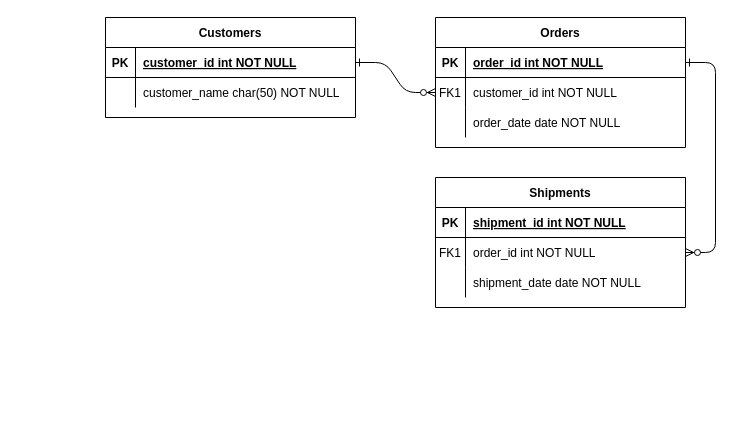
Before: support-scaff/er-diagrams/Untitled Diagram.drawio in janaka4345/fashion-ecommerce, a draw.io diagram. Source tidied: cells renumbered, new cells numbered last; positions are measured from the earlier drawing's top-left corner, leaving out a move shared by most shapes. Both pictures are drawn from the tidied source at 100%, with x=0, y=0 at pixel (105, 17).
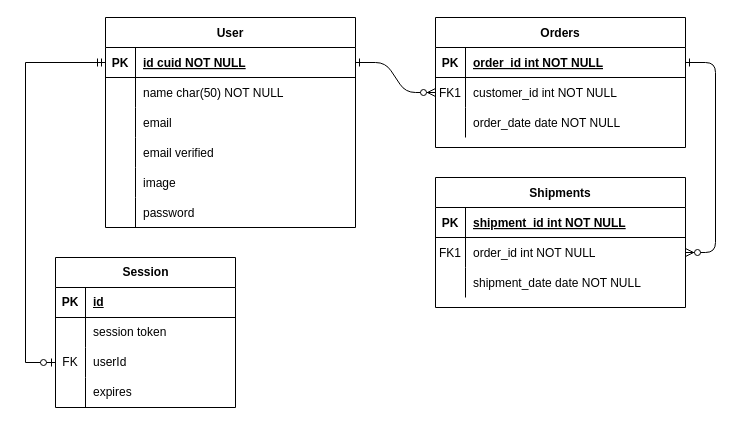
Above is the later version.

The change refers to these unchanged cells:
```xml
<mxCell id="25" style="shape=partialRectangle;fillColor=none;points=[[0,0.5],[1,0.5]];portConstraint=eastwest;top=0;left=0;right=0;bottom=1;" parent="24" vertex="1">
  <mxGeometry y="30" width="250" height="30" as="geometry" />
</mxCell>
<mxCell id="28" style="shape=partialRectangle;fillColor=none;top=0;left=0;right=0;bottom=0;" parent="24" vertex="1">
  <mxGeometry y="60" width="250" height="30" as="geometry" />
</mxCell>
```

Change to the diagram source:
```diff
@@
-    <mxCell id="24" value="Customers" style="shape=table;startSize=30;childLayout=tableLayout;rowLines=0;fontStyle=1;align=center;" parent="1" vertex="1">
-      <mxGeometry width="250" height="100" as="geometry" />
+    <mxCell id="24" value="User" style="shape=table;startSize=30;childLayout=tableLayout;rowLines=0;fontStyle=1;align=center;" parent="1" vertex="1">
+      <mxGeometry width="250" height="210" as="geometry" />
     </mxCell>
@@
-    <mxCell id="27" value="customer_id int NOT NULL " style="shape=partialRectangle;overflow=hidden;fillColor=none;top=0;left=0;bottom=0;right=0;align=left;spacingLeft=6;fontStyle=5;" parent="25" vertex="1">
+    <mxCell id="27" value="id cuid NOT NULL " style="shape=partialRectangle;overflow=hidden;fillColor=none;top=0;left=0;bottom=0;right=0;align=left;spacingLeft=6;fontStyle=5;" parent="25" vertex="1">
       <mxGeometry x="30" width="220" height="30" as="geometry" />
     </mxCell>
@@
-    <mxCell id="30" value="customer_name char(50) NOT NULL" style="shape=partialRectangle;overflow=hidden;fillColor=none;top=0;left=0;bottom=0;right=0;align=left;spacingLeft=6;" parent="28" vertex="1">
+    <mxCell id="30" value="name char(50) NOT NULL" style="shape=partialRectangle;overflow=hidden;fillColor=none;top=0;left=0;bottom=0;right=0;align=left;spacingLeft=6;" parent="28" vertex="1">
       <mxGeometry x="30" width="220" height="30" as="geometry" />
     </mxCell>
+    <mxCell id="31" style="shape=partialRectangle;fillColor=none;top=0;left=0;right=0;bottom=0;" parent="24" vertex="1">
+      <mxGeometry y="90" width="250" height="30" as="geometry" />
+    </mxCell>
+    <mxCell id="32" style="shape=partialRectangle;overflow=hidden;fillColor=none;top=0;left=0;bottom=0;right=0;" parent="31" vertex="1">
+      <mxGeometry width="30" height="30" as="geometry" />
+    </mxCell>
+    <mxCell id="33" value="email" style="shape=partialRectangle;overflow=hidden;fillColor=none;top=0;left=0;bottom=0;right=0;align=left;spacingLeft=6;" parent="31" vertex="1">
+      <mxGeometry x="30" width="220" height="30" as="geometry" />
+    </mxCell>
+    <mxCell id="34" style="shape=partialRectangle;fillColor=none;top=0;left=0;right=0;bottom=0;" parent="24" vertex="1">
+      <mxGeometry y="120" width="250" height="30" as="geometry" />
+    </mxCell>
+    <mxCell id="35" style="shape=partialRectangle;overflow=hidden;fillColor=none;top=0;left=0;bottom=0;right=0;" parent="34" vertex="1">
+      <mxGeometry width="30" height="30" as="geometry" />
+    </mxCell>
+    <mxCell id="36" value="email verified " style="shape=partialRectangle;overflow=hidden;fillColor=none;top=0;left=0;bottom=0;right=0;align=left;spacingLeft=6;" parent="34" vertex="1">
+      <mxGeometry x="30" width="220" height="30" as="geometry" />
+    </mxCell>
+    <mxCell id="37" style="shape=partialRectangle;fillColor=none;top=0;left=0;right=0;bottom=0;" parent="24" vertex="1">
+      <mxGeometry y="150" width="250" height="30" as="geometry" />
+    </mxCell>
+    <mxCell id="38" style="shape=partialRectangle;overflow=hidden;fillColor=none;top=0;left=0;bottom=0;right=0;" parent="37" vertex="1">
+      <mxGeometry width="30" height="30" as="geometry" />
+    </mxCell>
+    <mxCell id="39" value="image" style="shape=partialRectangle;overflow=hidden;fillColor=none;top=0;left=0;bottom=0;right=0;align=left;spacingLeft=6;" parent="37" vertex="1">
+      <mxGeometry x="30" width="220" height="30" as="geometry" />
+    </mxCell>
+    <mxCell id="40" style="shape=partialRectangle;fillColor=none;top=0;left=0;right=0;bottom=0;" parent="24" vertex="1">
+      <mxGeometry y="180" width="250" height="30" as="geometry" />
+    </mxCell>
+    <mxCell id="41" style="shape=partialRectangle;overflow=hidden;fillColor=none;top=0;left=0;bottom=0;right=0;" parent="40" vertex="1">
+      <mxGeometry width="30" height="30" as="geometry" />
+    </mxCell>
+    <mxCell id="42" value="password" style="shape=partialRectangle;overflow=hidden;fillColor=none;top=0;left=0;bottom=0;right=0;align=left;spacingLeft=6;" parent="40" vertex="1">
+      <mxGeometry x="30" width="220" height="30" as="geometry" />
+    </mxCell>
+    <mxCell id="43" value="Session" style="shape=table;startSize=30;childLayout=tableLayout;rowLines=0;fontStyle=1;align=center;html=1;" parent="1" vertex="1">
+      <mxGeometry x="-50" y="240" width="180" height="150" as="geometry" />
+    </mxCell>
+    <mxCell id="44" style="shape=tableRow;horizontal=0;startSize=0;swimlaneHead=0;swimlaneBody=0;fillColor=none;top=0;left=0;right=0;bottom=1;" parent="43" vertex="1">
+      <mxGeometry y="30" width="180" height="30" as="geometry" />
+    </mxCell>
+    <mxCell id="45" value="PK" style="shape=partialRectangle;fillColor=none;top=0;left=0;bottom=0;right=0;fontStyle=1;overflow=hidden;whiteSpace=wrap;html=1;" parent="44" vertex="1">
+      <mxGeometry width="30" height="30" as="geometry" />
+    </mxCell>
+    <mxCell id="46" value="id" style="shape=partialRectangle;fillColor=none;top=0;left=0;bottom=0;right=0;align=left;spacingLeft=6;fontStyle=5;overflow=hidden;whiteSpace=wrap;html=1;" parent="44" vertex="1">
+      <mxGeometry x="30" width="150" height="30" as="geometry" />
+    </mxCell>
+    <mxCell id="47" style="shape=tableRow;horizontal=0;startSize=0;swimlaneHead=0;swimlaneBody=0;fillColor=none;top=0;left=0;right=0;bottom=0;" parent="43" vertex="1">
+      <mxGeometry y="60" width="180" height="30" as="geometry" />
+    </mxCell>
+    <mxCell id="48" style="shape=partialRectangle;fillColor=none;top=0;left=0;bottom=0;right=0;overflow=hidden;whiteSpace=wrap;html=1;" parent="47" vertex="1">
+      <mxGeometry width="30" height="30" as="geometry" />
+    </mxCell>
+    <mxCell id="49" value="session token" style="shape=partialRectangle;fillColor=none;top=0;left=0;bottom=0;right=0;align=left;spacingLeft=6;overflow=hidden;whiteSpace=wrap;html=1;" parent="47" vertex="1">
+      <mxGeometry x="30" width="150" height="30" as="geometry" />
+    </mxCell>
+    <mxCell id="50" style="shape=tableRow;horizontal=0;startSize=0;swimlaneHead=0;swimlaneBody=0;fillColor=none;points=[[0,0.5],[1,0.5]];portConstraint=eastwest;top=0;left=0;right=0;bottom=0;" parent="43" vertex="1">
+      <mxGeometry y="90" width="180" height="30" as="geometry" />
+    </mxCell>
+    <mxCell id="51" value="FK" style="shape=partialRectangle;fillColor=none;top=0;left=0;bottom=0;right=0;overflow=hidden;whiteSpace=wrap;html=1;" parent="50" vertex="1">
+      <mxGeometry width="30" height="30" as="geometry" />
+    </mxCell>
+    <mxCell id="52" value="userId" style="shape=partialRectangle;fillColor=none;top=0;left=0;bottom=0;right=0;align=left;spacingLeft=6;overflow=hidden;whiteSpace=wrap;html=1;" parent="50" vertex="1">
+      <mxGeometry x="30" width="150" height="30" as="geometry" />
+    </mxCell>
+    <mxCell id="53" style="shape=tableRow;horizontal=0;startSize=0;swimlaneHead=0;swimlaneBody=0;fillColor=none;top=0;left=0;right=0;bottom=0;" parent="43" vertex="1">
+      <mxGeometry y="120" width="180" height="30" as="geometry" />
+    </mxCell>
+    <mxCell id="54" style="shape=partialRectangle;fillColor=none;top=0;left=0;bottom=0;right=0;overflow=hidden;whiteSpace=wrap;html=1;" parent="53" vertex="1">
+      <mxGeometry width="30" height="30" as="geometry" />
+    </mxCell>
+    <mxCell id="55" value="expires" style="shape=partialRectangle;fillColor=none;top=0;left=0;bottom=0;right=0;align=left;spacingLeft=6;overflow=hidden;whiteSpace=wrap;html=1;" parent="53" vertex="1">
+      <mxGeometry x="30" width="150" height="30" as="geometry" />
+    </mxCell>
+    <mxCell id="56" style="edgeStyle=orthogonalEdgeStyle;fontSize=12;html=1;endArrow=ERzeroToOne;startArrow=ERmandOne;rounded=0;entryX=0;entryY=0.5;entryDx=0;entryDy=0;exitX=0;exitY=0.5;exitDx=0;exitDy=0;" parent="1" edge="1" source="25" target="50">
+      <mxGeometry relative="1" as="geometry">
+        <Array as="points">
+          <mxPoint x="-80" y="45" />
+          <mxPoint x="-80" y="345" />
+        </Array>
+      </mxGeometry>
+    </mxCell>
```
